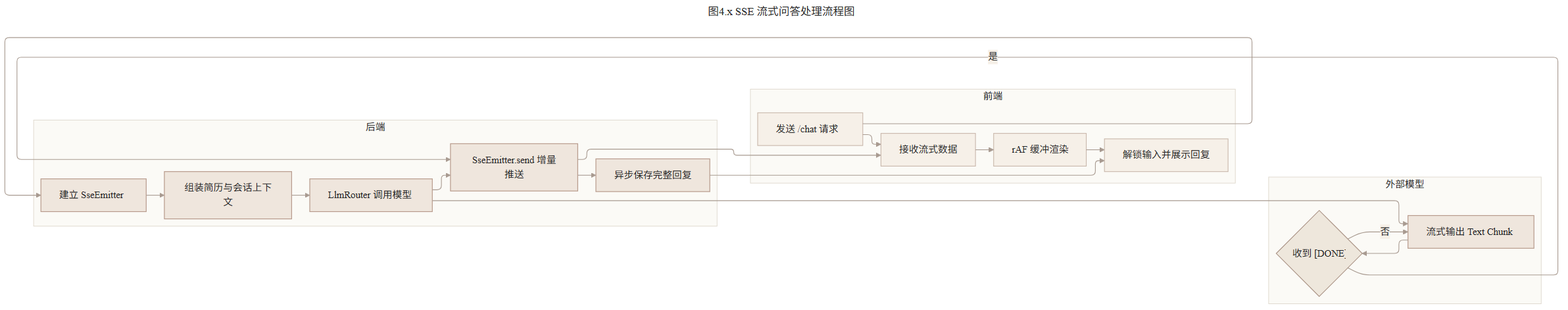
zyyyyynnn/Prelude keeps this Mermaid diagram as thesis-assets/evidence/diagrams/fig-4.x-sse-streaming-flow.png. Above is the earlier version. Its source is kept beside it as thesis-assets/evidence/diagrams/fig-4.x-sse-streaming-flow.mmd.
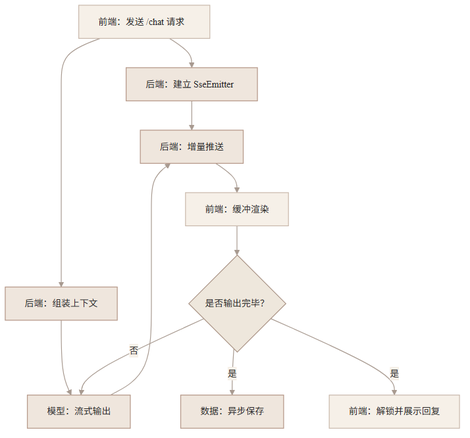
Later version of the same file.

What changed in the source:
```diff
@@ -1,62 +1,55 @@
----
-title: 图4.x SSE 流式问答处理流程图
-config:
-  theme: base
-  layout: elk
-  flowchart:
-    curve: basis
-    nodeSpacing: 42
-    rankSpacing: 56
-    wrappingWidth: 150
-  themeVariables:
-    background: "#FAF8F2"
-    primaryColor: "#EFE6DD"
-    primaryBorderColor: "#B79A8B"
-    primaryTextColor: "#252525"
-    lineColor: "#A89A90"
-    secondaryColor: "#F6F0E8"
-    tertiaryColor: "#FBFAF6"
-    fontFamily: "Microsoft YaHei, SimHei, Arial, sans-serif"
-    fontSize: "16px"
----
-flowchart LR
-  subgraph frontend["前端"]
-    start["发送 /chat 请求"]
-    fe_stream["接收流式数据"]
-    raf["rAF 缓冲渲染"]
-    finish["解锁输入并展示回复"]
-    start --> fe_stream --> raf --> finish
-  end
+%%{init: {
+  'theme': 'base',
+  'themeVariables': {
+    'background': '#FAF8F2',
+    'primaryColor': '#EFE6DD',
+    'primaryBorderColor': '#B79A8B',
+    'primaryTextColor': '#252525',
+    'lineColor': '#A89A90',
+    'secondaryColor': '#F6F0E8',
+    'tertiaryColor': '#FBFAF6',
+    'fontFamily': 'Microsoft YaHei, SimHei, Arial, sans-serif',
+    'fontSize': '14px'
+  },
+  'flowchart': {
+    'nodeSpacing': 70,
+    'rankSpacing': 45
+  }
+}}%%
+flowchart TB
+  fe_send["前端：发送 /chat 请求"]
 
-  subgraph backend["后端"]
-    emitter["建立 SseEmitter"]
-    context["组装简历与会话上下文"]
-    router["LlmRouter 调用模型"]
-    push["SseEmitter.send 增量推送"]
-    save["异步保存完整回复"]
-    emitter --> context --> router --> push --> save
-  end
+  be_emitter["后端：建立 SseEmitter"]
+  be_context["后端：组装上下文"]
 
-  subgraph provider["外部模型"]
-    stream["流式输出 Text Chunk"]
-    done{"收到 [DONE]"}
-    stream --> done
-  end
+  llm_stream["模型：流式输出"]
+  be_push["后端：增量推送"]
+  fe_render["前端：缓冲渲染"]
 
-  start --> emitter
-  router --> stream
-  done -- 否 --> stream
-  done -- 是 --> push
-  push --> fe_stream
-  save --> finish
+  check_done{"是否输出完毕？"}
 
-  classDef lane fill:#FBFAF6,stroke:#DED8CD,color:#252525
+  db_save["数据：异步保存"]
+  fe_finish["前端：解锁并展示回复"]
+
+  fe_send --> be_emitter
+  fe_send --> be_context
+
+  be_context --> llm_stream
+  be_emitter --> be_push
+
+  llm_stream --> be_push
+  be_push --> fe_render
+  fe_render --> check_done
+
+  check_done -- "否" --> llm_stream
+  check_done -- "是" --> db_save
+  check_done -- "是" --> fe_finish
+
   classDef main fill:#EFE6DD,stroke:#B79A8B,stroke-width:1.3px,color:#252525
   classDef node fill:#F6F0E8,stroke:#C8B7AA,stroke-width:1.2px,color:#252525
   classDef decision fill:#EEE7DC,stroke:#A89183,color:#252525
 
-  class frontend,backend,provider lane
-  class emitter,context,router,push,save,stream main
-  class start,fe_stream,raf,finish node
-  class done decision
+  class be_emitter,be_context,llm_stream,be_push,db_save main
+  class fe_send,fe_render,fe_finish node
+  class check_done decision
   linkStyle default stroke:#A89A90,stroke-width:1.2px
```
